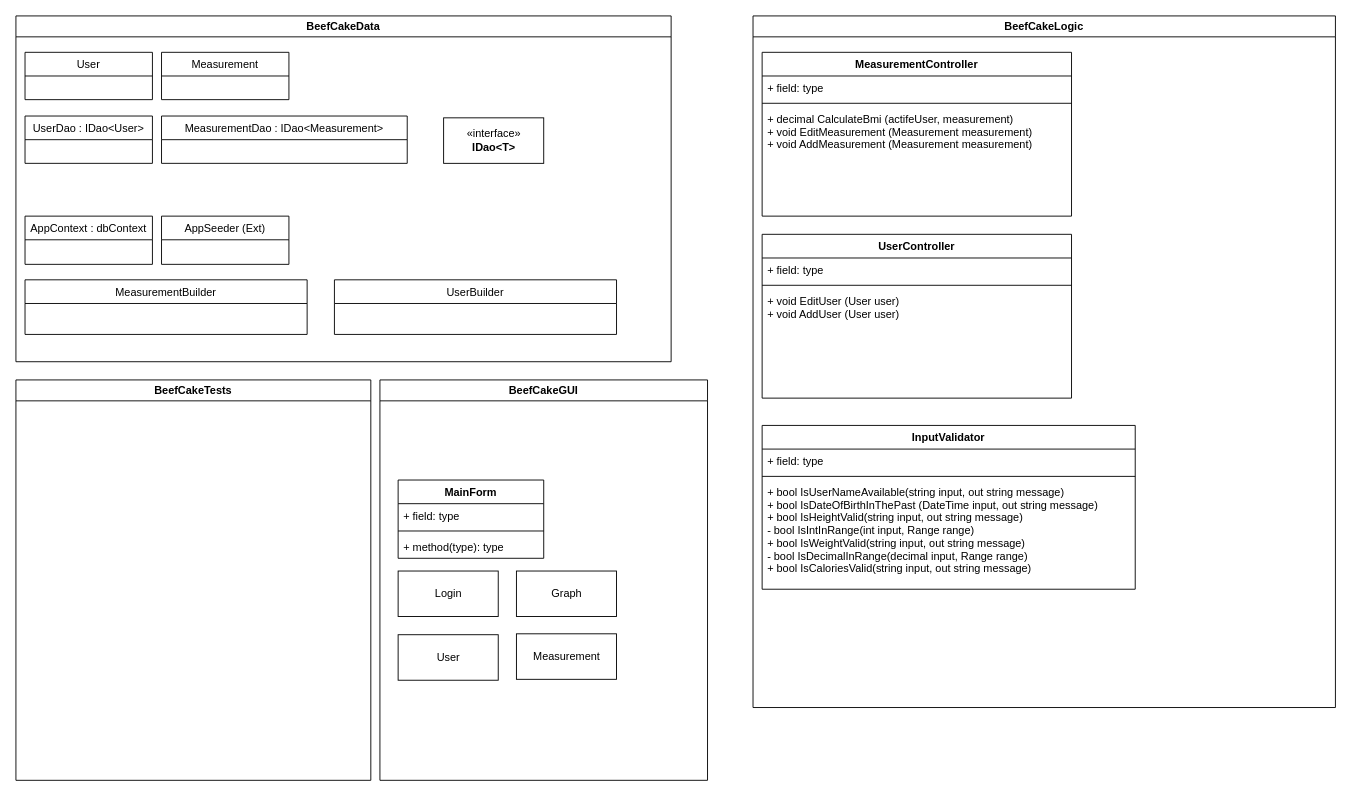
Earlier version of the draw.io diagram page "Classes" (2 of 2) of BeefCakeGUI/Documentation/BeefCake.drawio (LCzunko/BeefCake). Source tidied: cells renumbered, new cells numbered last; positions are measured from the earlier drawing's top-left corner, leaving out a move shared by most shapes. Both pictures are drawn from the tidied source at 91%, with x=0, y=0 at pixel (15, 15).
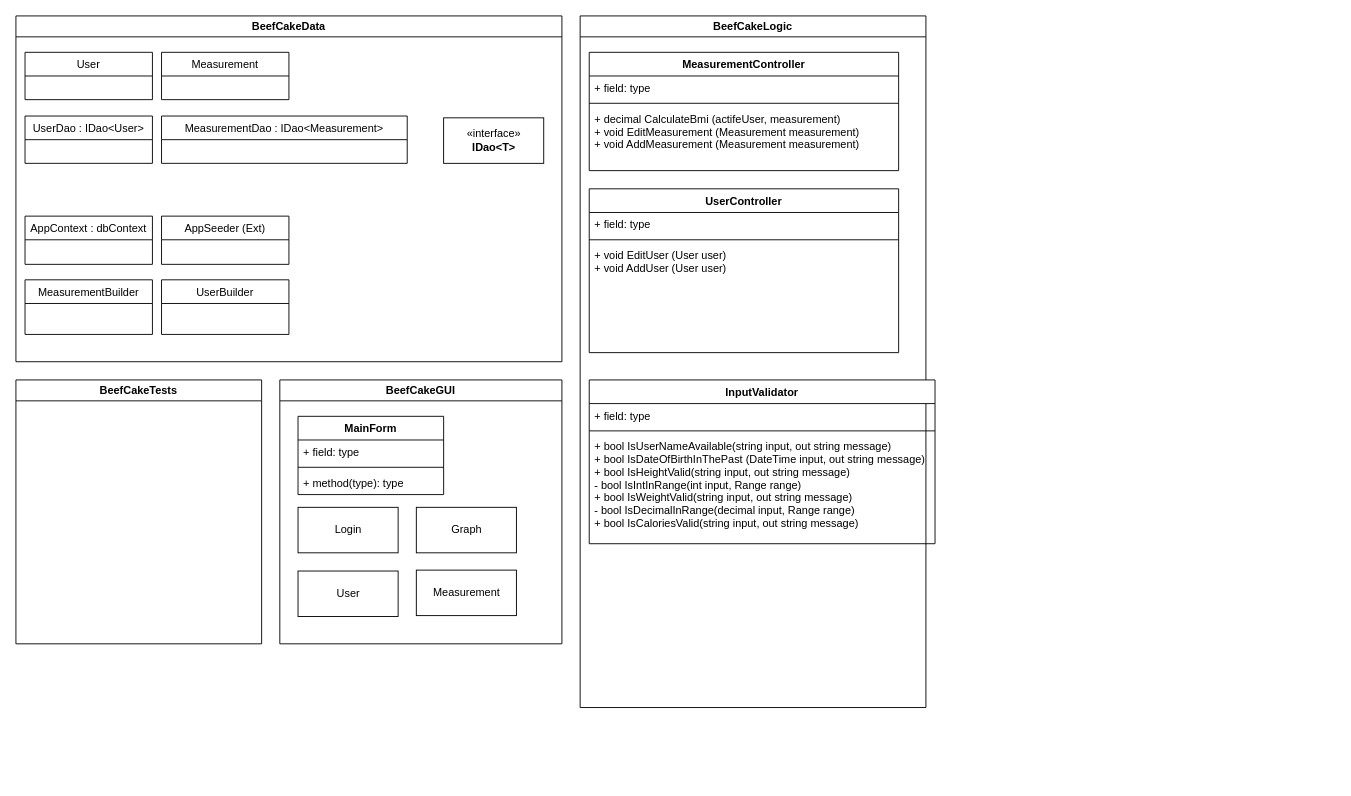
The same diagram, later.

Change to the diagram source:
```diff
@@
     <mxCell id="3" value="BeefCakeData" style="swimlane;" parent="1" vertex="1">
-      <mxGeometry width="720" height="380" as="geometry" />
+      <mxGeometry width="600" height="380" as="geometry" />
     </mxCell>
@@
     <mxCell id="6" value="MeasurementBuilder" style="swimlane;fontStyle=0;horizontal=1;startSize=26;fillColor=none;" parent="3" vertex="1">
-      <mxGeometry x="10" y="290" width="310" height="60" as="geometry" />
+      <mxGeometry x="10" y="290" width="140" height="60" as="geometry" />
     </mxCell>
     <mxCell id="7" value="UserBuilder" style="swimlane;fontStyle=0;horizontal=1;startSize=26;fillColor=none;" parent="3" vertex="1">
-      <mxGeometry x="350" y="290" width="310" height="60" as="geometry" />
+      <mxGeometry x="160" y="290" width="140" height="60" as="geometry" />
     </mxCell>
     <mxCell id="8" value="BeefCakeLogic" style="swimlane;" parent="1" vertex="1">
-      <mxGeometry x="810" width="640" height="760" as="geometry" />
+      <mxGeometry x="620" width="380" height="760" as="geometry" />
     </mxCell>
     <mxCell id="9" value="MeasurementController" style="swimlane;fontStyle=1;align=center;verticalAlign=top;horizontal=1;startSize=26;" parent="8" vertex="1">
-      <mxGeometry x="10" y="40" width="340" height="180" as="geometry" />
+      <mxGeometry x="10" y="40" width="340" height="130" as="geometry" />
     </mxCell>
@@
     <mxCell id="12" value="+ decimal CalculateBmi (actifeUser, measurement)&#10;+ void EditMeasurement (Measurement measurement)&#10;+ void AddMeasurement (Measurement measurement)" style="text;strokeColor=none;fillColor=none;align=left;verticalAlign=top;spacingLeft=4;spacingRight=4;overflow=hidden;" parent="9" vertex="1">
-      <mxGeometry y="60" width="340" height="120" as="geometry" />
+      <mxGeometry y="60" width="340" height="70" as="geometry" />
     </mxCell>
+    <mxCell id="27" value="UserController" style="swimlane;fontStyle=1;align=center;verticalAlign=top;horizontal=1;startSize=26;" parent="8" vertex="1">
+      <mxGeometry x="10" y="190" width="340" height="180" as="geometry" />
+    </mxCell>
+    <mxCell id="28" value="+ field: type" style="text;strokeColor=none;fillColor=none;align=left;verticalAlign=top;spacingLeft=4;spacingRight=4;overflow=hidden;" parent="27" vertex="1">
+      <mxGeometry y="26" width="340" height="26" as="geometry" />
+    </mxCell>
+    <mxCell id="29" style="line;strokeWidth=1;fillColor=none;align=left;verticalAlign=middle;spacingTop=-1;spacingLeft=3;spacingRight=3;labelPosition=right;" parent="27" vertex="1">
+      <mxGeometry y="52" width="340" height="8" as="geometry" />
+    </mxCell>
+    <mxCell id="30" value="+ void EditUser (User user)&#10;+ void AddUser (User user)" style="text;strokeColor=none;fillColor=none;align=left;verticalAlign=top;spacingLeft=4;spacingRight=4;overflow=hidden;" parent="27" vertex="1">
+      <mxGeometry y="60" width="340" height="120" as="geometry" />
+    </mxCell>
     <mxCell id="13" value="BeefCakeTests" style="swimlane;" parent="1" vertex="1">
-      <mxGeometry y="400" width="390" height="440" as="geometry" />
+      <mxGeometry y="400" width="270" height="290" as="geometry" />
     </mxCell>
     <mxCell id="14" value="BeefCakeGUI" style="swimlane;" parent="1" vertex="1">
-      <mxGeometry x="400" y="400" width="360" height="440" as="geometry" />
+      <mxGeometry x="290" y="400" width="310" height="290" as="geometry" />
     </mxCell>
     <mxCell id="15" value="Login" style="html=1;" parent="14" vertex="1">
-      <mxGeometry x="20" y="210" width="110" height="50" as="geometry" />
+      <mxGeometry x="20" y="140" width="110" height="50" as="geometry" />
     </mxCell>
     <mxCell id="16" value="MainForm" style="swimlane;fontStyle=1;align=center;verticalAlign=top;horizontal=1;startSize=26;" parent="14" vertex="1">
-      <mxGeometry x="20" y="110" width="160" height="86" as="geometry" />
+      <mxGeometry x="20" y="40" width="160" height="86" as="geometry" />
     </mxCell>
@@
     <mxCell id="20" value="Graph" style="html=1;" parent="14" vertex="1">
-      <mxGeometry x="150" y="210" width="110" height="50" as="geometry" />
+      <mxGeometry x="150" y="140" width="110" height="50" as="geometry" />
     </mxCell>
     <mxCell id="21" value="User" style="html=1;" parent="14" vertex="1">
-      <mxGeometry x="20" y="280" width="110" height="50" as="geometry" />
+      <mxGeometry x="20" y="210" width="110" height="50" as="geometry" />
     </mxCell>
     <mxCell id="22" value="Measurement" style="html=1;" parent="14" vertex="1">
-      <mxGeometry x="150" y="279" width="110" height="50" as="geometry" />
+      <mxGeometry x="150" y="209" width="110" height="50" as="geometry" />
     </mxCell>
@@
-    <mxCell id="27" value="UserController" style="swimlane;fontStyle=1;align=center;verticalAlign=top;horizontal=1;startSize=26;" parent="1" vertex="1">
-      <mxGeometry x="820" y="240" width="340" height="180" as="geometry" />
-    </mxCell>
-    <mxCell id="28" value="+ field: type" style="text;strokeColor=none;fillColor=none;align=left;verticalAlign=top;spacingLeft=4;spacingRight=4;overflow=hidden;" parent="27" vertex="1">
-      <mxGeometry y="26" width="340" height="26" as="geometry" />
-    </mxCell>
-    <mxCell id="29" style="line;strokeWidth=1;fillColor=none;align=left;verticalAlign=middle;spacingTop=-1;spacingLeft=3;spacingRight=3;labelPosition=right;" parent="27" vertex="1">
-      <mxGeometry y="52" width="340" height="8" as="geometry" />
-    </mxCell>
-    <mxCell id="30" value="+ void EditUser (User user)&#10;+ void AddUser (User user)" style="text;strokeColor=none;fillColor=none;align=left;verticalAlign=top;spacingLeft=4;spacingRight=4;overflow=hidden;" parent="27" vertex="1">
-      <mxGeometry y="60" width="340" height="120" as="geometry" />
-    </mxCell>
     <mxCell id="31" value="InputValidator" style="swimlane;fontStyle=1;align=center;verticalAlign=top;horizontal=1;startSize=26;" parent="1" vertex="1">
-      <mxGeometry x="820" y="450" width="410" height="180" as="geometry" />
+      <mxGeometry x="630" y="400" width="380" height="180" as="geometry" />
     </mxCell>
     <mxCell id="32" value="+ field: type" style="text;strokeColor=none;fillColor=none;align=left;verticalAlign=top;spacingLeft=4;spacingRight=4;overflow=hidden;" parent="31" vertex="1">
-      <mxGeometry y="26" width="410" height="26" as="geometry" />
+      <mxGeometry y="26" width="380" height="26" as="geometry" />
     </mxCell>
     <mxCell id="33" style="line;strokeWidth=1;fillColor=none;align=left;verticalAlign=middle;spacingTop=-1;spacingLeft=3;spacingRight=3;labelPosition=right;" parent="31" vertex="1">
-      <mxGeometry y="52" width="410" height="8" as="geometry" />
+      <mxGeometry y="52" width="380" height="8" as="geometry" />
     </mxCell>
     <mxCell id="34" value="+ bool IsUserNameAvailable(string input, out string message)&#10;+ bool IsDateOfBirthInThePast (DateTime input, out string message)&#10;+ bool IsHeightValid(string input, out string message)&#10;- bool IsIntInRange(int input, Range range)&#10;+ bool IsWeightValid(string input, out string message)&#10;- bool IsDecimalInRange(decimal input, Range range)&#10;+ bool IsCaloriesValid(string input, out string message)" style="text;strokeColor=none;fillColor=none;align=left;verticalAlign=top;spacingLeft=4;spacingRight=4;overflow=hidden;" parent="31" vertex="1">
-      <mxGeometry y="60" width="410" height="120" as="geometry" />
+      <mxGeometry y="60" width="380" height="120" as="geometry" />
     </mxCell>
```
